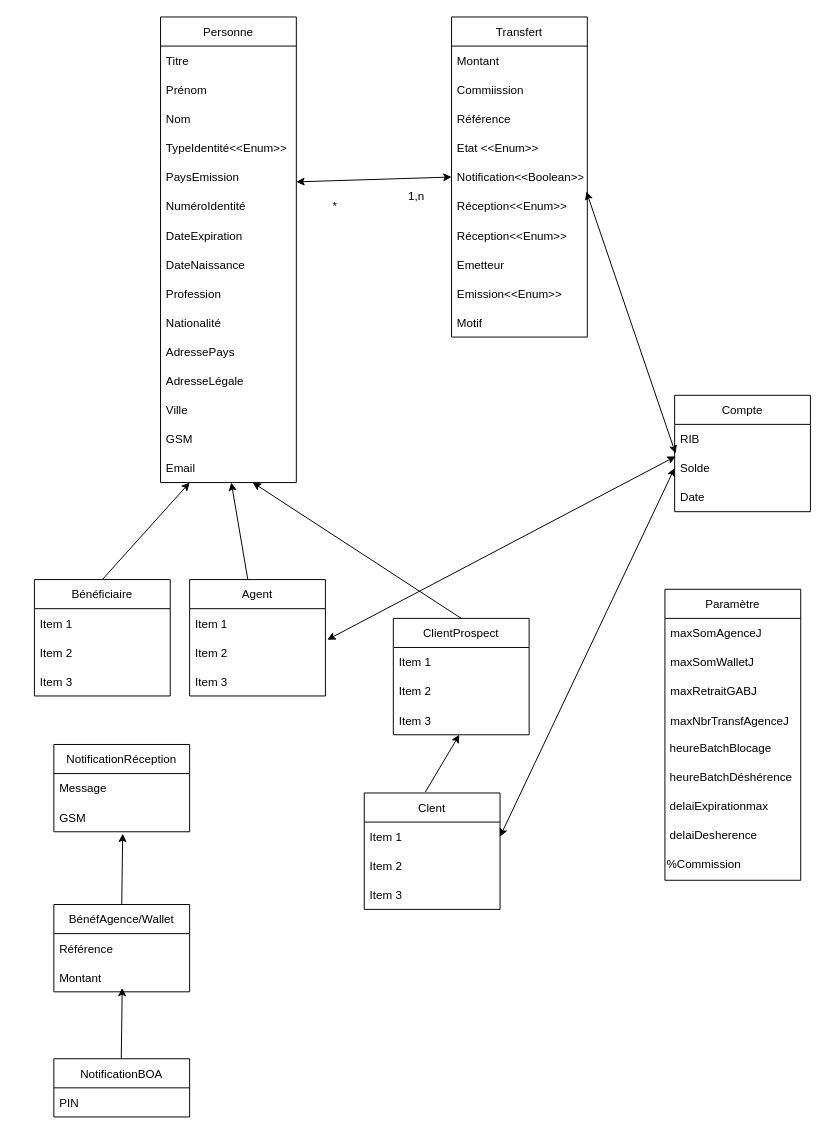
Above: Diagramme de classe.drawio in TransfertNationalOrg/transfert-service (draw.io), before the change. Source tidied: cells renumbered, new cells numbered last; positions are measured from the earlier drawing's top-left corner, leaving out a move shared by most shapes. Both pictures are drawn from the tidied source at 97%, with x=0, y=0 at pixel (34, 16).
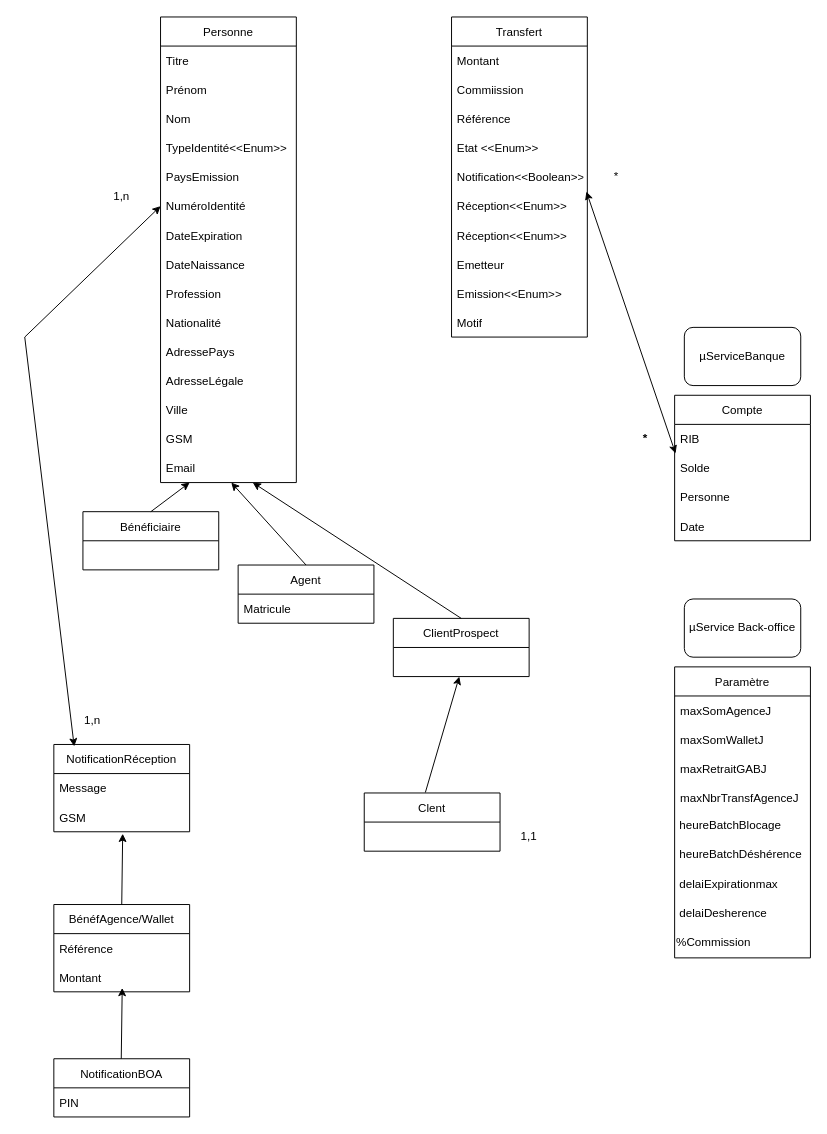
After the change.

The change refers to these unchanged cells:
```xml
<mxCell id="7" value="Notification&lt;&lt;Boolean&gt;&gt;" style="text;strokeColor=none;fillColor=none;align=left;verticalAlign=middle;spacingLeft=4;spacingRight=4;overflow=hidden;points=[[0,0.5],[1,0.5]];portConstraint=eastwest;" parent="2" vertex="1">
  <mxGeometry y="150" width="140" height="30" as="geometry" />
</mxCell>
<mxCell id="18" value="PaysEmission" style="text;strokeColor=none;fillColor=none;align=left;verticalAlign=middle;spacingLeft=4;spacingRight=4;overflow=hidden;points=[[0,0.5],[1,0.5]];portConstraint=eastwest;" parent="13" vertex="1">
  <mxGeometry y="150" width="140" height="30" as="geometry" />
</mxCell>
<mxCell id="19" value="NuméroIdentité" style="text;strokeColor=none;fillColor=none;align=left;verticalAlign=middle;spacingLeft=4;spacingRight=4;overflow=hidden;points=[[0,0.5],[1,0.5]];portConstraint=eastwest;" parent="13" vertex="1">
  <mxGeometry y="180" width="140" height="30" as="geometry" />
</mxCell>
<mxCell id="28" value="Email" style="text;strokeColor=none;fillColor=none;align=left;verticalAlign=middle;spacingLeft=4;spacingRight=4;overflow=hidden;points=[[0,0.5],[1,0.5]];portConstraint=eastwest;" parent="13" vertex="1">
  <mxGeometry y="450" width="140" height="30" as="geometry" />
</mxCell>
<mxCell id="31" value="Solde" style="text;strokeColor=none;fillColor=none;align=left;verticalAlign=middle;spacingLeft=4;spacingRight=4;overflow=hidden;points=[[0,0.5],[1,0.5]];portConstraint=eastwest;" parent="29" vertex="1">
  <mxGeometry y="60" width="140" height="30" as="geometry" />
</mxCell>
<mxCell id="59" value="NotificationRéception" style="swimlane;fontStyle=0;horizontal=1;startSize=30;" parent="1" vertex="1">
  <mxGeometry x="20" y="750" width="140" height="90" as="geometry" />
</mxCell>
```

The edit, as a diff of the source:
```diff
@@
     <mxCell id="29" value="Compte" style="swimlane;fontStyle=0;horizontal=1;startSize=30;" parent="1" vertex="1">
-      <mxGeometry x="660" y="390" width="140" height="120" as="geometry" />
+      <mxGeometry x="660" y="390" width="140" height="150" as="geometry" />
     </mxCell>
@@
+    <mxCell id="79" value="Personne" style="text;strokeColor=none;fillColor=none;align=left;verticalAlign=middle;spacingLeft=4;spacingRight=4;overflow=hidden;" parent="29" vertex="1">
+      <mxGeometry y="90" width="140" height="30" as="geometry" />
+    </mxCell>
     <mxCell id="32" value="Date" style="text;strokeColor=none;fillColor=none;align=left;verticalAlign=middle;spacingLeft=4;spacingRight=4;overflow=hidden;" parent="29" vertex="1">
-      <mxGeometry y="90" width="140" height="30" as="geometry" />
+      <mxGeometry y="120" width="140" height="30" as="geometry" />
     </mxCell>
     <mxCell id="33" value="Bénéficiaire" style="swimlane;fontStyle=0;horizontal=1;startSize=30;" parent="1" vertex="1">
-      <mxGeometry y="580" width="140" height="120" as="geometry" />
+      <mxGeometry x="50" y="510" width="140" height="60" as="geometry" />
     </mxCell>
-    <mxCell id="34" value="Item 1" style="text;strokeColor=none;fillColor=none;align=left;verticalAlign=middle;spacingLeft=4;spacingRight=4;overflow=hidden;" parent="33" vertex="1">
-      <mxGeometry y="30" width="140" height="30" as="geometry" />
-    </mxCell>
-    <mxCell id="35" value="Item 2" style="text;strokeColor=none;fillColor=none;align=left;verticalAlign=middle;spacingLeft=4;spacingRight=4;overflow=hidden;" parent="33" vertex="1">
-      <mxGeometry y="60" width="140" height="30" as="geometry" />
-    </mxCell>
-    <mxCell id="36" value="Item 3" style="text;strokeColor=none;fillColor=none;align=left;verticalAlign=middle;spacingLeft=4;spacingRight=4;overflow=hidden;" parent="33" vertex="1">
-      <mxGeometry y="90" width="140" height="30" as="geometry" />
-    </mxCell>
     <mxCell id="37" value="Agent" style="swimlane;fontStyle=0;horizontal=1;startSize=30;" parent="1" vertex="1">
-      <mxGeometry x="160" y="580" width="140" height="120" as="geometry" />
+      <mxGeometry x="210" y="565" width="140" height="60" as="geometry" />
     </mxCell>
-    <mxCell id="38" value="Item 1" style="text;strokeColor=none;fillColor=none;align=left;verticalAlign=middle;spacingLeft=4;spacingRight=4;overflow=hidden;" parent="37" vertex="1">
+    <mxCell id="38" value="Matricule" style="text;strokeColor=none;fillColor=none;align=left;verticalAlign=middle;spacingLeft=4;spacingRight=4;overflow=hidden;" parent="37" vertex="1">
       <mxGeometry y="30" width="140" height="30" as="geometry" />
     </mxCell>
-    <mxCell id="39" value="Item 2" style="text;strokeColor=none;fillColor=none;align=left;verticalAlign=middle;spacingLeft=4;spacingRight=4;overflow=hidden;points=[[0,0.5],[1,0.5]];portConstraint=eastwest;" parent="37" vertex="1">
-      <mxGeometry y="60" width="140" height="30" as="geometry" />
-    </mxCell>
-    <mxCell id="40" value="Item 3" style="text;strokeColor=none;fillColor=none;align=left;verticalAlign=middle;spacingLeft=4;spacingRight=4;overflow=hidden;" parent="37" vertex="1">
-      <mxGeometry y="90" width="140" height="30" as="geometry" />
-    </mxCell>
     <mxCell id="41" value="ClientProspect" style="swimlane;fontStyle=0;horizontal=1;startSize=30;" parent="1" vertex="1">
-      <mxGeometry x="370" y="620" width="140" height="120" as="geometry" />
+      <mxGeometry x="370" y="620" width="140" height="60" as="geometry" />
     </mxCell>
-    <mxCell id="42" value="Item 1" style="text;strokeColor=none;fillColor=none;align=left;verticalAlign=middle;spacingLeft=4;spacingRight=4;overflow=hidden;" parent="41" vertex="1">
-      <mxGeometry y="30" width="140" height="30" as="geometry" />
-    </mxCell>
-    <mxCell id="43" value="Item 2" style="text;strokeColor=none;fillColor=none;align=left;verticalAlign=middle;spacingLeft=4;spacingRight=4;overflow=hidden;" parent="41" vertex="1">
-      <mxGeometry y="60" width="140" height="30" as="geometry" />
-    </mxCell>
-    <mxCell id="44" value="Item 3" style="text;strokeColor=none;fillColor=none;align=left;verticalAlign=middle;spacingLeft=4;spacingRight=4;overflow=hidden;points=[[0,0.5],[1,0.5]];portConstraint=eastwest;" parent="41" vertex="1">
-      <mxGeometry y="90" width="140" height="30" as="geometry" />
-    </mxCell>
     <mxCell id="45" value="Clent" style="swimlane;fontStyle=0;horizontal=1;startSize=30;" parent="1" vertex="1">
-      <mxGeometry x="340" y="800" width="140" height="120" as="geometry" />
+      <mxGeometry x="340" y="800" width="140" height="60" as="geometry" />
     </mxCell>
-    <mxCell id="46" value="Item 1" style="text;strokeColor=none;fillColor=none;align=left;verticalAlign=middle;spacingLeft=4;spacingRight=4;overflow=hidden;points=[[0,0.5],[1,0.5]];portConstraint=eastwest;" parent="45" vertex="1">
-      <mxGeometry y="30" width="140" height="30" as="geometry" />
-    </mxCell>
-    <mxCell id="47" value="Item 2" style="text;strokeColor=none;fillColor=none;align=left;verticalAlign=middle;spacingLeft=4;spacingRight=4;overflow=hidden;" parent="45" vertex="1">
-      <mxGeometry y="60" width="140" height="30" as="geometry" />
-    </mxCell>
-    <mxCell id="48" value="Item 3" style="text;strokeColor=none;fillColor=none;align=left;verticalAlign=middle;spacingLeft=4;spacingRight=4;overflow=hidden;" parent="45" vertex="1">
-      <mxGeometry y="90" width="140" height="30" as="geometry" />
-    </mxCell>
     <mxCell id="49" value="Paramètre" style="swimlane;fontStyle=0;horizontal=1;startSize=30;" parent="1" vertex="1">
-      <mxGeometry x="650" y="590" width="140" height="300" as="geometry" />
+      <mxGeometry x="660" y="670" width="140" height="300" as="geometry" />
     </mxCell>
@@
-    <mxCell id="69" style="endArrow=classic;html=1;rounded=0;entryX=0.521;entryY=1;entryDx=0;entryDy=0;entryPerimeter=0;" parent="1" edge="1" target="28">
-      <mxGeometry relative="1" as="geometry">
-        <mxPoint x="220" y="580" as="sourcePoint" />
-      </mxGeometry>
+    <mxCell id="69" style="endArrow=classic;html=1;rounded=0;entryX=0.521;entryY=1;entryDx=0;entryDy=0;entryPerimeter=0;exitX=0.5;exitY=0;exitDx=0;exitDy=0;" parent="1" edge="1" source="37" target="28">
+      <mxGeometry relative="1" as="geometry" />
     </mxCell>
@@
-    <mxCell id="72" style="endArrow=classic;html=1;rounded=0;entryX=0.486;entryY=1;entryDx=0;entryDy=0;entryPerimeter=0;exitX=0.45;exitY=-0.008;exitDx=0;exitDy=0;exitPerimeter=0;" parent="1" edge="1" source="45" target="44">
-      <mxGeometry relative="1" as="geometry" />
+    <mxCell id="72" style="endArrow=classic;html=1;rounded=0;entryX=0.486;entryY=1;entryDx=0;entryDy=0;entryPerimeter=0;exitX=0.45;exitY=-0.008;exitDx=0;exitDy=0;exitPerimeter=0;" parent="1" edge="1" source="45">
+      <mxGeometry relative="1" as="geometry">
+        <mxPoint x="438" y="680" as="targetPoint" />
+      </mxGeometry>
     </mxCell>
@@
-    <mxCell id="74" style="endArrow=classic;startArrow=classic;html=1;rounded=0;entryX=0;entryY=0.5;entryDx=0;entryDy=0;exitX=1;exitY=0.5;exitDx=0;exitDy=0;" parent="1" edge="1" source="46" target="31">
-      <mxGeometry relative="1" as="geometry" />
-    </mxCell>
-    <mxCell id="75" style="endArrow=classic;startArrow=classic;html=1;rounded=0;entryX=0;entryY=0.5;entryDx=0;entryDy=0;exitX=1;exitY=0.667;exitDx=0;exitDy=0;exitPerimeter=0;" parent="1" edge="1" source="18" target="7">
-      <mxGeometry relative="1" as="geometry" />
-    </mxCell>
-    <mxCell id="76" style="endArrow=classic;startArrow=classic;html=1;rounded=0;exitX=1.014;exitY=0.067;exitDx=0;exitDy=0;exitPerimeter=0;entryX=0.007;entryY=0.1;entryDx=0;entryDy=0;entryPerimeter=0;" parent="1" edge="1" source="39" target="31">
-      <mxGeometry relative="1" as="geometry" />
-    </mxCell>
+    <mxCell id="80" style="endArrow=classic;startArrow=classic;html=1;rounded=0;entryX=0;entryY=0.5;entryDx=0;entryDy=0;exitX=0.15;exitY=0.022;exitDx=0;exitDy=0;exitPerimeter=0;" parent="1" edge="1" source="59" target="19">
+      <mxGeometry relative="1" as="geometry">
+        <Array as="points">
+          <mxPoint x="-10" y="330" />
+        </Array>
+      </mxGeometry>
+    </mxCell>
+    <mxCell id="81" value="1,n" style="text;html=1;strokeColor=none;fillColor=none;align=center;verticalAlign=middle;whiteSpace=wrap;rounded=0;" parent="1" vertex="1">
+      <mxGeometry x="60" y="170" width="60" height="30" as="geometry" />
+    </mxCell>
+    <mxCell id="82" value="1,n" style="text;html=1;strokeColor=none;fillColor=none;align=center;verticalAlign=middle;whiteSpace=wrap;rounded=0;" parent="1" vertex="1">
+      <mxGeometry x="30" y="710" width="60" height="30" as="geometry" />
+    </mxCell>
+    <mxCell id="83" value="1,1" style="text;html=1;strokeColor=none;fillColor=none;align=center;verticalAlign=middle;whiteSpace=wrap;rounded=0;" parent="1" vertex="1">
+      <mxGeometry x="480" y="830" width="60" height="30" as="geometry" />
+    </mxCell>
     <mxCell id="77" value="*" style="text;html=1;strokeColor=none;fillColor=none;align=center;verticalAlign=middle;whiteSpace=wrap;rounded=0;" parent="1" vertex="1">
-      <mxGeometry x="280" y="180" width="60" height="30" as="geometry" />
+      <mxGeometry x="570" y="150" width="60" height="30" as="geometry" />
     </mxCell>
-    <mxCell id="78" value="1,n" style="text;html=1;strokeColor=none;fillColor=none;align=center;verticalAlign=middle;whiteSpace=wrap;rounded=0;" parent="1" vertex="1">
-      <mxGeometry x="364" y="170" width="60" height="30" as="geometry" />
-    </mxCell>
+    <mxCell id="84" value="&lt;b&gt;*&lt;/b&gt;" style="text;html=1;strokeColor=none;fillColor=none;align=center;verticalAlign=middle;whiteSpace=wrap;rounded=0;" parent="1" vertex="1">
+      <mxGeometry x="600" y="420" width="60" height="30" as="geometry" />
+    </mxCell>
+    <mxCell id="85" value="µServiceBanque" style="rounded=1;whiteSpace=wrap;html=1;" parent="1" vertex="1">
+      <mxGeometry x="670" y="320" width="120" height="60" as="geometry" />
+    </mxCell>
+    <mxCell id="86" value="µService Back-office" style="rounded=1;whiteSpace=wrap;html=1;" parent="1" vertex="1">
+      <mxGeometry x="670" y="600" width="120" height="60" as="geometry" />
+    </mxCell>
```
